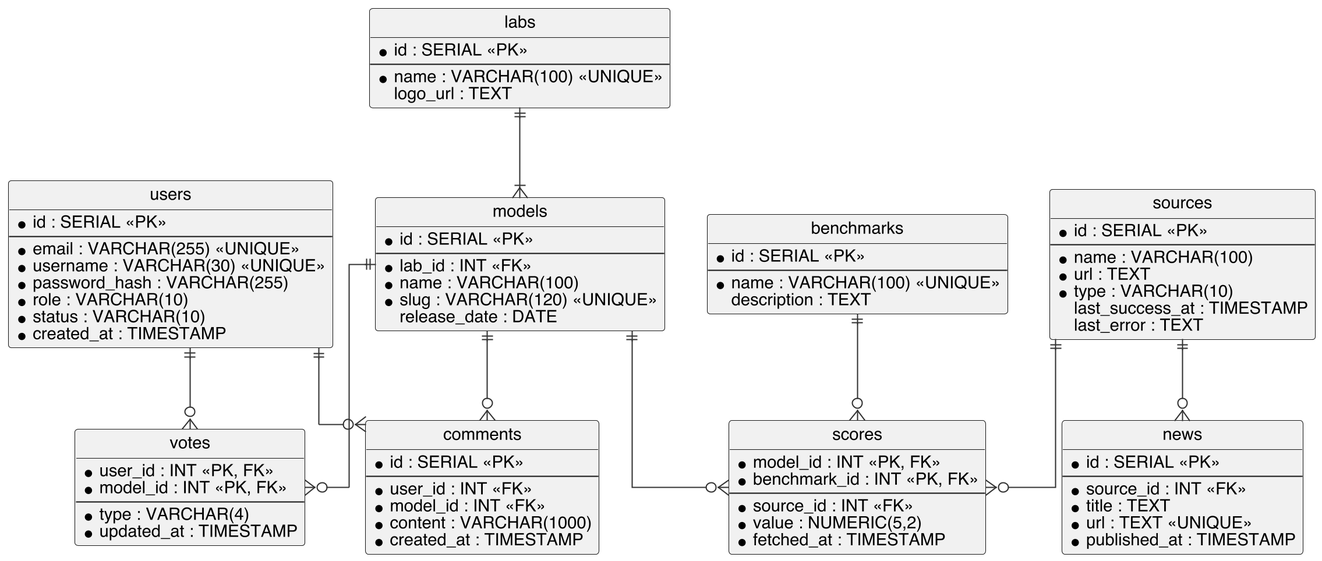
Before: docs/SDD/figures/er.png, a diagram exported from PlantUML (valgempp/Software-Engineering-Project). Its source is kept beside it as docs/SDD/figures/er.puml.
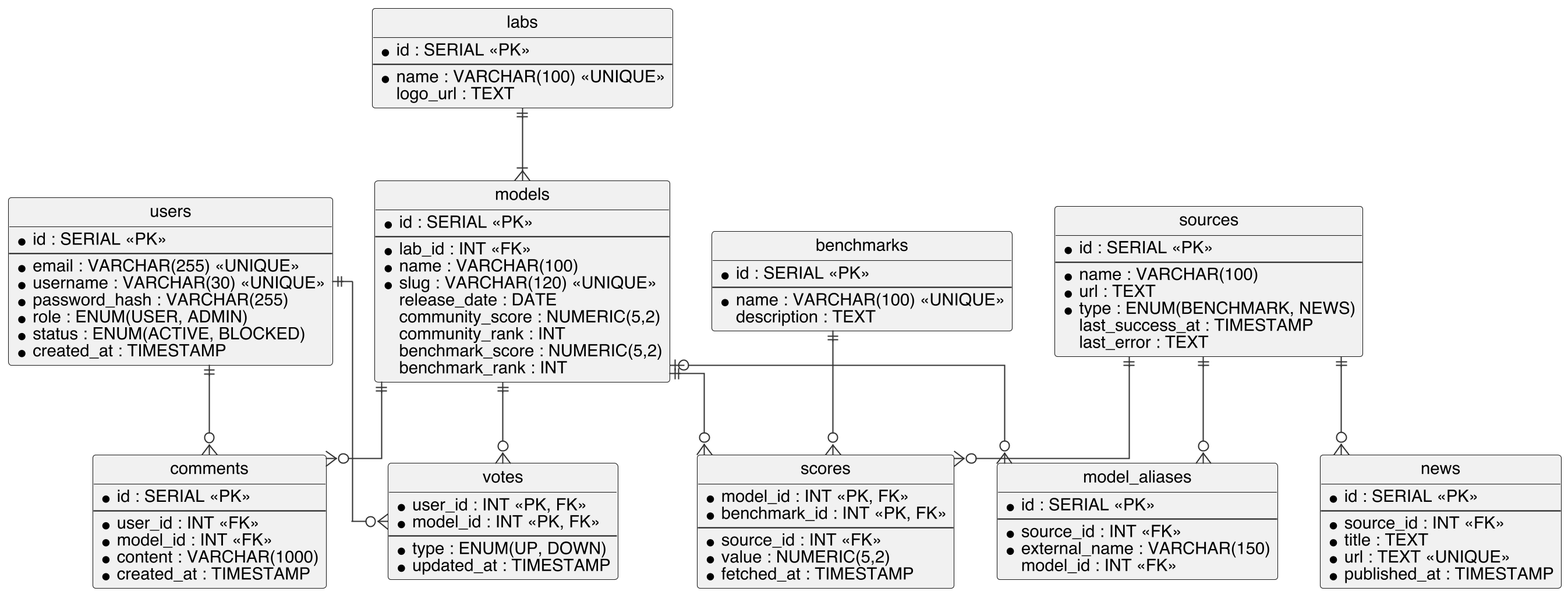
Later version of the same file.

What changed in the source:
```diff
@@ -10,8 +10,8 @@
   * email : VARCHAR(255) <<UNIQUE>>
   * username : VARCHAR(30) <<UNIQUE>>
   * password_hash : VARCHAR(255)
-  * role : VARCHAR(10)
-  * status : VARCHAR(10)
+  * role : ENUM(USER, ADMIN)
+  * status : ENUM(ACTIVE, BLOCKED)
   * created_at : TIMESTAMP
 }
 entity labs {
@@ -27,12 +27,23 @@
   * name : VARCHAR(100)
   * slug : VARCHAR(120) <<UNIQUE>>
   release_date : DATE
+  community_score : NUMERIC(5,2)
+  community_rank : INT
+  benchmark_score : NUMERIC(5,2)
+  benchmark_rank : INT
+}
+entity model_aliases {
+  * id : SERIAL <<PK>>
+  --
+  * source_id : INT <<FK>>
+  * external_name : VARCHAR(150)
+  model_id : INT <<FK>>
 }
 entity votes {
   * user_id : INT <<PK, FK>>
   * model_id : INT <<PK, FK>>
   --
-  * type : VARCHAR(4)
+  * type : ENUM(UP, DOWN)
   * updated_at : TIMESTAMP
 }
 entity comments {
@@ -62,7 +73,7 @@
   --
   * name : VARCHAR(100)
   * url : TEXT
-  * type : VARCHAR(10)
+  * type : ENUM(BENCHMARK, NEWS)
   last_success_at : TIMESTAMP
   last_error : TEXT
 }
@@ -83,4 +94,6 @@
 benchmarks ||--o{ scores
 sources ||--o{ scores
 sources ||--o{ news
+sources ||--o{ model_aliases
+models |o--o{ model_aliases
 @enduml
```
